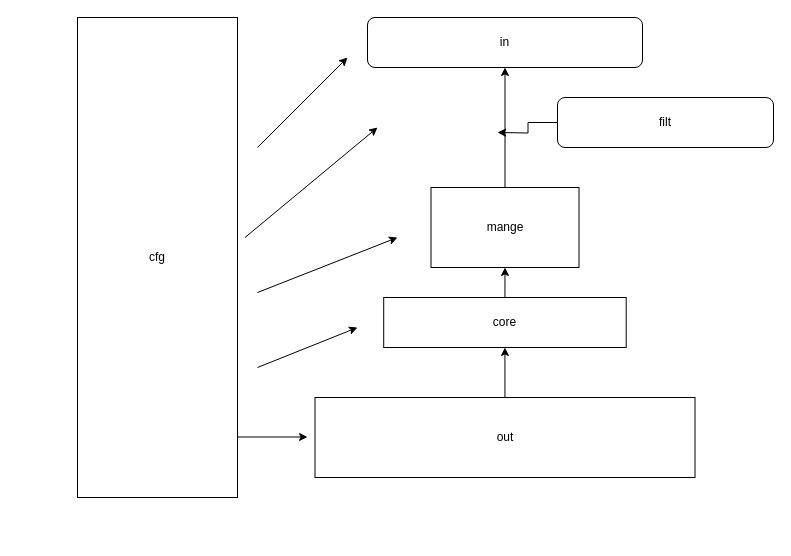
Before: 未命名绘图.drawio in Gummum/utils, a draw.io diagram. Source tidied: cells renumbered, new cells numbered last; positions are measured from the earlier drawing's top-left corner, leaving out a move shared by most shapes. Both pictures are drawn from the tidied source at 100%, with x=0, y=0 at pixel (77, 17).
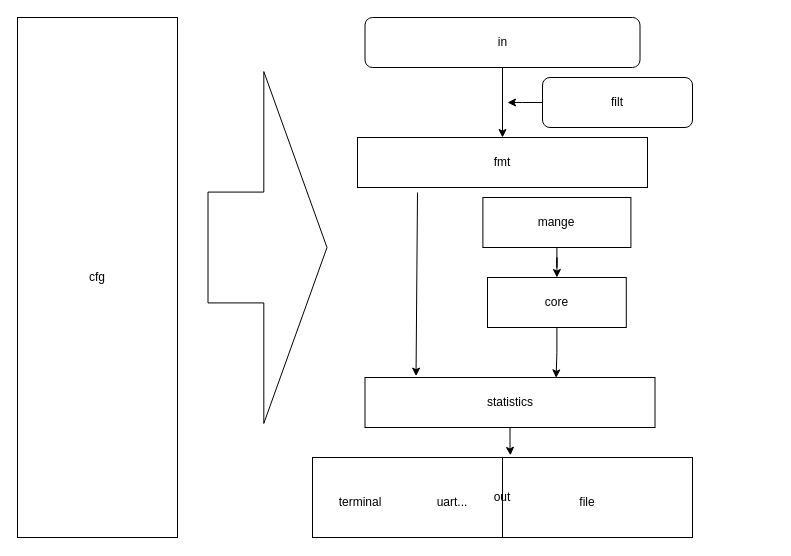
Above is the later version.

Commit message:
更新未命名绘图.drawio

What changed in the source:
```diff
@@
     <mxCell id="2" value="cfg" style="rounded=0;whiteSpace=wrap;html=1;" parent="1" vertex="1">
-      <mxGeometry width="160" height="480" as="geometry" />
+      <mxGeometry x="-60" width="160" height="520" as="geometry" />
     </mxCell>
-    <mxCell id="3" style="edgeStyle=orthogonalEdgeStyle;rounded=0;jettySize=auto;html=1;exitX=0.5;exitY=0;exitDx=0;exitDy=0;entryX=0.5;entryY=1;entryDx=0;entryDy=0;" parent="1" edge="1" source="4" target="14">
-      <mxGeometry relative="1" as="geometry" />
-    </mxCell>
     <mxCell id="4" value="core" style="rounded=0;whiteSpace=wrap;html=1;" parent="1" vertex="1">
-      <mxGeometry x="306.2" y="280" width="242.5" height="50" as="geometry" />
+      <mxGeometry x="410" y="260" width="138.8" height="50" as="geometry" />
     </mxCell>
-    <mxCell id="5" style="edgeStyle=orthogonalEdgeStyle;rounded=0;jettySize=auto;html=1;entryX=0.5;entryY=1;entryDx=0;entryDy=0;" parent="1" edge="1" source="6" target="4">
-      <mxGeometry relative="1" as="geometry" />
-    </mxCell>
     <mxCell id="6" value="out" style="rounded=0;whiteSpace=wrap;html=1;" parent="1" vertex="1">
-      <mxGeometry x="237.5" y="380" width="380" height="80" as="geometry" />
+      <mxGeometry x="235" y="440" width="380" height="80" as="geometry" />
     </mxCell>
+    <mxCell id="17" style="edgeStyle=orthogonalEdgeStyle;rounded=0;jettySize=auto;html=1;entryX=0.5;entryY=0;entryDx=0;entryDy=0;" parent="1" edge="1" source="7" target="20">
+      <mxGeometry relative="1" as="geometry" />
+    </mxCell>
     <mxCell id="7" value="in" style="rounded=1;whiteSpace=wrap;html=1;" parent="1" vertex="1">
-      <mxGeometry x="290" width="275" height="50" as="geometry" />
+      <mxGeometry x="287.5" width="275" height="50" as="geometry" />
     </mxCell>
-    <mxCell id="8" style="edgeStyle=orthogonalEdgeStyle;rounded=0;jettySize=auto;html=1;" parent="1" edge="1" source="9">
-      <mxGeometry relative="1" as="geometry">
-        <mxPoint x="420" y="115" as="targetPoint" />
-      </mxGeometry>
-    </mxCell>
+    <mxCell id="18" style="edgeStyle=orthogonalEdgeStyle;rounded=0;jettySize=auto;html=1;" parent="1" edge="1" source="9">
+      <mxGeometry relative="1" as="geometry">
+        <mxPoint x="430" y="85" as="targetPoint" />
+      </mxGeometry>
+    </mxCell>
     <mxCell id="9" value="filt" style="rounded=1;whiteSpace=wrap;html=1;" parent="1" vertex="1">
-      <mxGeometry x="480" y="80" width="216" height="50" as="geometry" />
+      <mxGeometry x="465" y="60" width="150" height="50" as="geometry" />
     </mxCell>
-    <mxCell id="10" style="endArrow=classic;html=1;rounded=0;" parent="1" edge="1">
-      <mxGeometry relative="1" as="geometry">
-        <mxPoint x="180" y="130" as="sourcePoint" />
-        <mxPoint x="270" y="40" as="targetPoint" />
-      </mxGeometry>
-    </mxCell>
-    <mxCell id="11" style="endArrow=classic;html=1;rounded=0;" parent="1" edge="1">
-      <mxGeometry relative="1" as="geometry">
-        <mxPoint x="167.5" y="220" as="sourcePoint" />
-        <mxPoint x="300" y="110" as="targetPoint" />
-      </mxGeometry>
-    </mxCell>
-    <mxCell id="12" style="endArrow=classic;html=1;rounded=0;" parent="1" edge="1">
-      <mxGeometry relative="1" as="geometry">
-        <mxPoint x="160" y="419.5" as="sourcePoint" />
-        <mxPoint x="230" y="419.5" as="targetPoint" />
-      </mxGeometry>
-    </mxCell>
-    <mxCell id="13" style="edgeStyle=orthogonalEdgeStyle;rounded=0;jettySize=auto;html=1;entryX=0.5;entryY=1;entryDx=0;entryDy=0;" parent="1" edge="1" source="14" target="7">
-      <mxGeometry relative="1" as="geometry" />
-    </mxCell>
+    <mxCell id="19" style="edgeStyle=orthogonalEdgeStyle;rounded=0;jettySize=auto;html=1;" parent="1" edge="1" source="14" target="4">
+      <mxGeometry relative="1" as="geometry" />
+    </mxCell>
     <mxCell id="14" value="mange" style="rounded=0;whiteSpace=wrap;html=1;" parent="1" vertex="1">
-      <mxGeometry x="353.5" y="170" width="148" height="80" as="geometry" />
+      <mxGeometry x="405.4" y="180" width="148" height="50" as="geometry" />
     </mxCell>
-    <mxCell id="15" style="endArrow=classic;html=1;rounded=0;" parent="1" edge="1">
-      <mxGeometry relative="1" as="geometry">
-        <mxPoint x="180" y="275" as="sourcePoint" />
-        <mxPoint x="320" y="220" as="targetPoint" />
-      </mxGeometry>
-    </mxCell>
-    <mxCell id="16" style="endArrow=classic;html=1;rounded=0;" parent="1" edge="1">
-      <mxGeometry relative="1" as="geometry">
-        <mxPoint x="180" y="350" as="sourcePoint" />
-        <mxPoint x="280" y="310" as="targetPoint" />
-      </mxGeometry>
-    </mxCell>
+    <mxCell id="20" value="fmt" style="rounded=0;whiteSpace=wrap;html=1;" parent="1" vertex="1">
+      <mxGeometry x="280" y="120" width="290" height="50" as="geometry" />
+    </mxCell>
+    <mxCell id="21" style="endArrow=classic;html=1;rounded=0;entryX=0.176;entryY=-0.027;entryDx=0;entryDy=0;entryPerimeter=0;" parent="1" edge="1" target="28">
+      <mxGeometry relative="1" as="geometry">
+        <mxPoint x="340" y="175" as="sourcePoint" />
+      </mxGeometry>
+    </mxCell>
+    <mxCell id="22" style="shape=flexArrow;endArrow=classic;html=1;rounded=0;endWidth=240;endSize=20.725;width=110.83333333333334;" parent="1" edge="1">
+      <mxGeometry relative="1" as="geometry">
+        <mxPoint x="130" y="230" as="sourcePoint" />
+        <mxPoint x="250" y="230" as="targetPoint" />
+      </mxGeometry>
+    </mxCell>
+    <mxCell id="23" style="edgeStyle=orthogonalEdgeStyle;rounded=0;jettySize=auto;html=1;entryX=0.659;entryY=0.007;entryDx=0;entryDy=0;entryPerimeter=0;" parent="1" edge="1" source="4" target="28">
+      <mxGeometry relative="1" as="geometry" />
+    </mxCell>
+    <mxCell id="24" style="endArrow=none;html=1;rounded=0;entryX=0.5;entryY=0;entryDx=0;entryDy=0;exitX=0.5;exitY=1;exitDx=0;exitDy=0;" parent="1" edge="1" source="6" target="6">
+      <mxGeometry relative="1" as="geometry" />
+    </mxCell>
+    <mxCell id="25" value="terminal" style="text;html=1;align=center;verticalAlign=middle;whiteSpace=wrap;rounded=0;" parent="1" vertex="1">
+      <mxGeometry x="253" y="470" width="60" height="30" as="geometry" />
+    </mxCell>
+    <mxCell id="26" value="uart..." style="text;html=1;align=center;verticalAlign=middle;whiteSpace=wrap;rounded=0;" parent="1" vertex="1">
+      <mxGeometry x="340" y="470" width="70" height="30" as="geometry" />
+    </mxCell>
+    <mxCell id="27" value="file" style="text;html=1;align=center;verticalAlign=middle;whiteSpace=wrap;rounded=0;" parent="1" vertex="1">
+      <mxGeometry x="480" y="470" width="60" height="30" as="geometry" />
+    </mxCell>
+    <mxCell id="28" value="&lt;div&gt;statistics&lt;/div&gt;" style="rounded=0;whiteSpace=wrap;html=1;" parent="1" vertex="1">
+      <mxGeometry x="287.5" y="360" width="290" height="50" as="geometry" />
+    </mxCell>
+    <mxCell id="29" style="edgeStyle=orthogonalEdgeStyle;rounded=0;jettySize=auto;html=1;entryX=0.521;entryY=-0.027;entryDx=0;entryDy=0;entryPerimeter=0;" parent="1" edge="1" source="28" target="6">
+      <mxGeometry relative="1" as="geometry" />
+    </mxCell>
```
